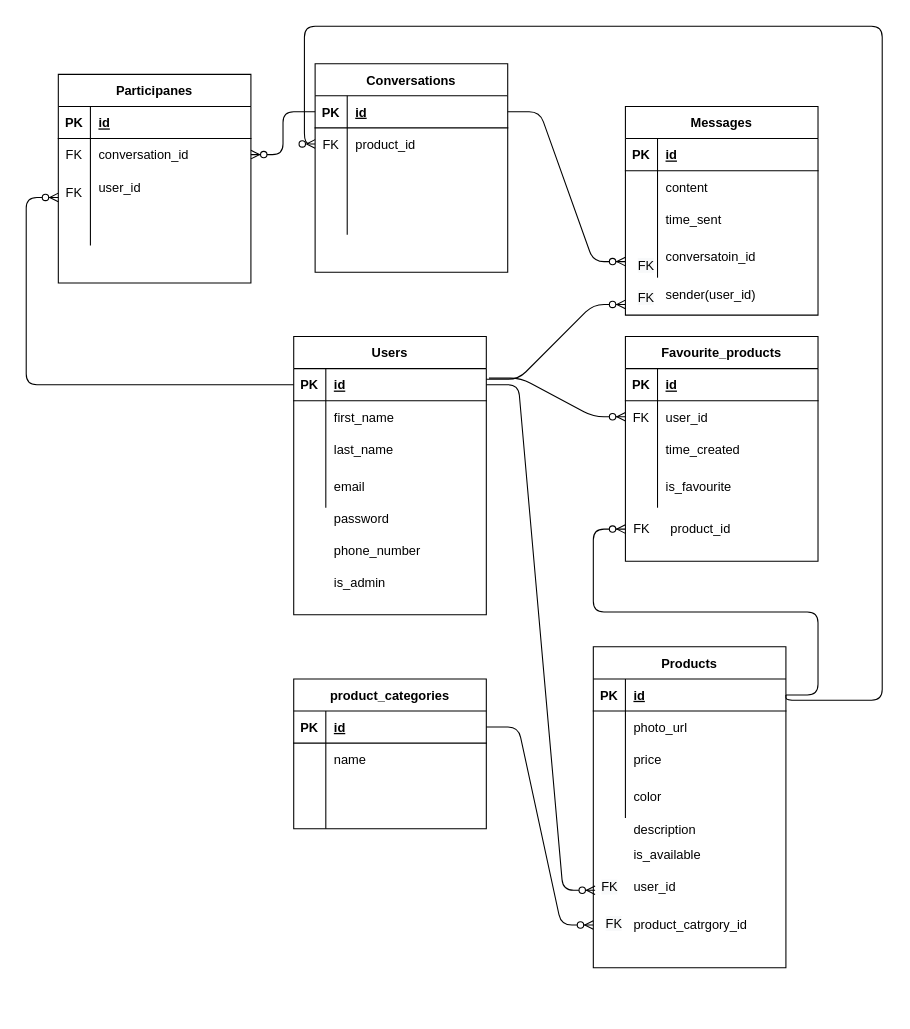
This is db/Untitled Diagram.drawio from alisonhussey/Listing-Website, a draw.io file, before an edit. Source tidied: cells renumbered, new cells numbered last; positions are measured from the earlier drawing's top-left corner, leaving out a move shared by most shapes. Both pictures are drawn from the tidied source at 107%, with x=0, y=0 at pixel (26, 26).
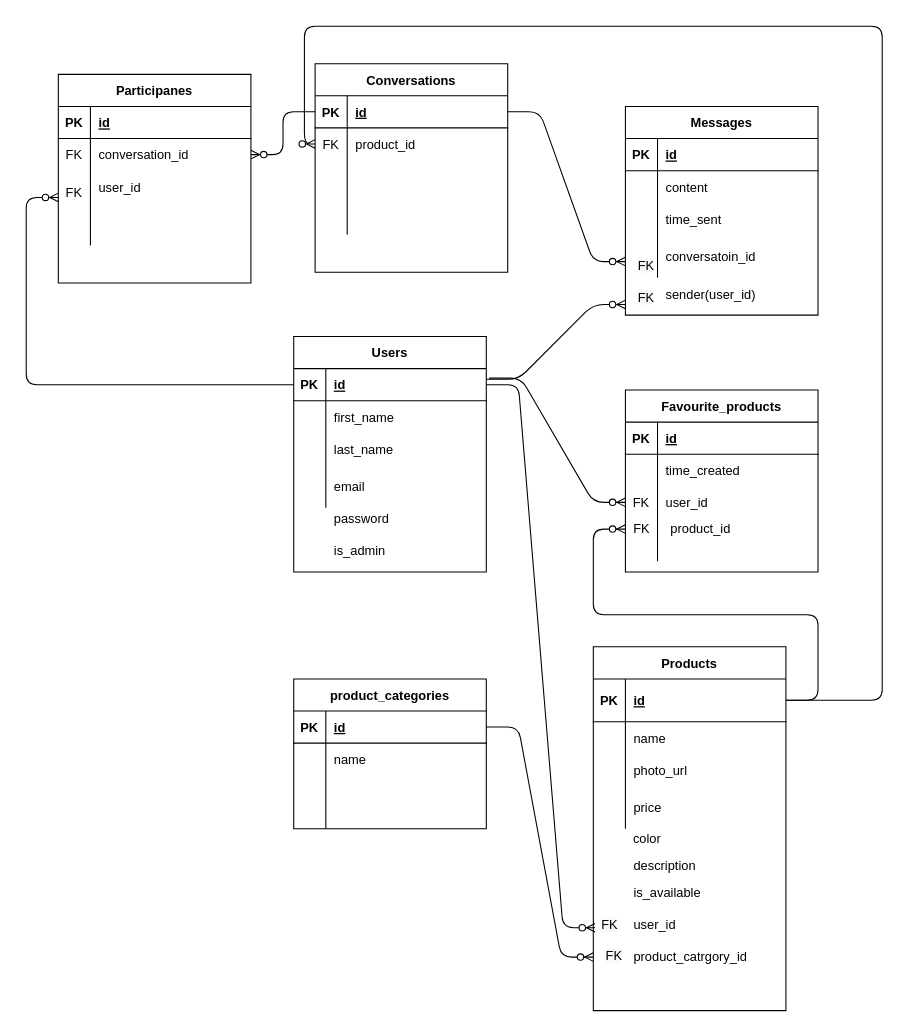
After the change.

Unchanged cells that the change refers to:
```xml
<mxCell id="3" style="shape=partialRectangle;fillColor=none;top=0;left=0;bottom=1;right=0;points=[[0,0.5],[1,0.5]];portConstraint=eastwest;" parent="2" vertex="1">
  <mxGeometry y="30" width="180" height="30" as="geometry" />
</mxCell>
<mxCell id="22" style="shape=partialRectangle;fillColor=none;top=0;left=0;bottom=0;right=0;points=[[0,0.5],[1,0.5]];portConstraint=eastwest;" parent="18" vertex="1">
  <mxGeometry y="60" width="180" height="30" as="geometry" />
</mxCell>
<mxCell id="25" style="shape=partialRectangle;fillColor=none;top=0;left=0;bottom=0;right=0;points=[[0,0.5],[1,0.5]];portConstraint=eastwest;" parent="18" vertex="1">
  <mxGeometry y="90" width="180" height="30" as="geometry" />
</mxCell>
<mxCell id="28" style="shape=partialRectangle;fillColor=none;top=0;left=0;bottom=0;right=0;" parent="18" vertex="1">
  <mxGeometry y="120" width="180" height="40" as="geometry" />
</mxCell>
<mxCell id="58" style="shape=partialRectangle;fillColor=none;top=0;left=0;bottom=1;right=0;points=[[0,0.5],[1,0.5]];portConstraint=eastwest;" parent="57" vertex="1">
  <mxGeometry y="30" width="180" height="30" as="geometry" />
</mxCell>
```

The edit, as a diff of the source:
```diff
@@
     <mxCell id="2" value="Users" style="shape=table;startSize=30;childLayout=tableLayout;rowLines=0;fontStyle=1;align=center;" parent="1" vertex="1">
-      <mxGeometry x="250" y="290" width="180" height="260" as="geometry" />
+      <mxGeometry x="250" y="290" width="180" height="220" as="geometry" />
     </mxCell>
@@
-    <mxCell id="16" value="phone_number" style="shape=partialRectangle;fillColor=none;top=0;left=0;bottom=0;right=0;align=left;spacingLeft=6;overflow=hidden;" parent="1" vertex="1">
-      <mxGeometry x="280" y="470" width="150" height="40" as="geometry" />
-    </mxCell>
     <mxCell id="17" value="is_admin" style="shape=partialRectangle;fillColor=none;top=0;left=0;bottom=0;right=0;align=left;spacingLeft=6;overflow=hidden;" parent="1" vertex="1">
-      <mxGeometry x="280" y="500" width="150" height="40" as="geometry" />
+      <mxGeometry x="280" y="470" width="150" height="40" as="geometry" />
     </mxCell>
     <mxCell id="18" value="Favourite_products" style="shape=table;startSize=30;childLayout=tableLayout;rowLines=0;fontStyle=1;align=center;" parent="1" vertex="1">
-      <mxGeometry x="560" y="290" width="180" height="210" as="geometry" />
+      <mxGeometry x="560" y="340" width="180" height="170" as="geometry" />
     </mxCell>
@@
-    <mxCell id="23" value="FK" style="shape=partialRectangle;fillColor=none;top=0;left=0;bottom=0;right=0;overflow=hidden;" parent="22" vertex="1">
+    <mxCell id="23" style="shape=partialRectangle;fillColor=none;top=0;left=0;bottom=0;right=0;overflow=hidden;" parent="22" vertex="1">
       <mxGeometry width="30" height="30" as="geometry" />
     </mxCell>
-    <mxCell id="24" value="user_id" style="shape=partialRectangle;fillColor=none;top=0;left=0;bottom=0;right=0;align=left;spacingLeft=6;overflow=hidden;" parent="22" vertex="1">
+    <mxCell id="24" value="time_created" style="shape=partialRectangle;fillColor=none;top=0;left=0;bottom=0;right=0;align=left;spacingLeft=6;overflow=hidden;" parent="22" vertex="1">
       <mxGeometry x="30" width="150" height="30" as="geometry" />
     </mxCell>
@@
-    <mxCell id="26" style="shape=partialRectangle;fillColor=none;top=0;left=0;bottom=0;right=0;overflow=hidden;" parent="25" vertex="1">
+    <mxCell id="26" value="FK" style="shape=partialRectangle;fillColor=none;top=0;left=0;bottom=0;right=0;overflow=hidden;" parent="25" vertex="1">
       <mxGeometry width="30" height="30" as="geometry" />
     </mxCell>
-    <mxCell id="27" value="time_created" style="shape=partialRectangle;fillColor=none;top=0;left=0;bottom=0;right=0;align=left;spacingLeft=6;overflow=hidden;" parent="25" vertex="1">
+    <mxCell id="27" value="user_id" style="shape=partialRectangle;fillColor=none;top=0;left=0;bottom=0;right=0;align=left;spacingLeft=6;overflow=hidden;" parent="25" vertex="1">
       <mxGeometry x="30" width="150" height="30" as="geometry" />
     </mxCell>
@@
-    <mxCell id="30" value="is_favourite" style="shape=partialRectangle;fillColor=none;top=0;left=0;bottom=0;right=0;align=left;spacingLeft=6;overflow=hidden;" parent="28" vertex="1">
+    <mxCell id="30" style="shape=partialRectangle;fillColor=none;top=0;left=0;bottom=0;right=0;align=left;spacingLeft=6;overflow=hidden;" parent="28" vertex="1">
       <mxGeometry x="30" width="150" height="40" as="geometry" />
     </mxCell>
     <mxCell id="31" value="Products" style="shape=table;startSize=30;childLayout=tableLayout;rowLines=0;fontStyle=1;align=center;" parent="1" vertex="1">
-      <mxGeometry x="530" y="580" width="180" height="300" as="geometry" />
+      <mxGeometry x="530" y="580" width="180" height="340" as="geometry" />
     </mxCell>
     <mxCell id="32" style="shape=partialRectangle;fillColor=none;top=0;left=0;bottom=1;right=0;points=[[0,0.5],[1,0.5]];portConstraint=eastwest;" parent="31" vertex="1">
-      <mxGeometry y="30" width="180" height="30" as="geometry" />
+      <mxGeometry y="30" width="180" height="40" as="geometry" />
     </mxCell>
     <mxCell id="33" value="PK" style="shape=partialRectangle;fillColor=none;top=0;left=0;bottom=0;right=0;fontStyle=1;overflow=hidden;" parent="32" vertex="1">
-      <mxGeometry width="30" height="30" as="geometry" />
+      <mxGeometry width="30" height="40" as="geometry" />
     </mxCell>
     <mxCell id="34" value="id" style="shape=partialRectangle;fillColor=none;top=0;left=0;bottom=0;right=0;align=left;spacingLeft=6;fontStyle=5;overflow=hidden;" parent="32" vertex="1">
-      <mxGeometry x="30" width="150" height="30" as="geometry" />
+      <mxGeometry x="30" width="150" height="40" as="geometry" />
     </mxCell>
     <mxCell id="35" style="shape=partialRectangle;fillColor=none;top=0;left=0;bottom=0;right=0;" parent="31" vertex="1">
-      <mxGeometry y="60" width="180" height="30" as="geometry" />
+      <mxGeometry y="70" width="180" height="30" as="geometry" />
     </mxCell>
@@
-    <mxCell id="37" value="photo_url" style="shape=partialRectangle;fillColor=none;top=0;left=0;bottom=0;right=0;align=left;spacingLeft=6;overflow=hidden;" parent="35" vertex="1">
+    <mxCell id="37" value="name" style="shape=partialRectangle;fillColor=none;top=0;left=0;bottom=0;right=0;align=left;spacingLeft=6;overflow=hidden;" parent="35" vertex="1">
       <mxGeometry x="30" width="150" height="30" as="geometry" />
     </mxCell>
     <mxCell id="38" style="shape=partialRectangle;fillColor=none;top=0;left=0;bottom=0;right=0;" parent="31" vertex="1">
-      <mxGeometry y="90" width="180" height="30" as="geometry" />
+      <mxGeometry y="100" width="180" height="30" as="geometry" />
     </mxCell>
@@
-    <mxCell id="40" value="price" style="shape=partialRectangle;fillColor=none;top=0;left=0;bottom=0;right=0;align=left;spacingLeft=6;overflow=hidden;" parent="38" vertex="1">
+    <mxCell id="40" value="photo_url" style="shape=partialRectangle;fillColor=none;top=0;left=0;bottom=0;right=0;align=left;spacingLeft=6;overflow=hidden;" parent="38" vertex="1">
       <mxGeometry x="30" width="150" height="30" as="geometry" />
     </mxCell>
     <mxCell id="41" style="shape=partialRectangle;fillColor=none;top=0;left=0;bottom=0;right=0;" parent="31" vertex="1">
-      <mxGeometry y="120" width="180" height="40" as="geometry" />
+      <mxGeometry y="130" width="180" height="40" as="geometry" />
     </mxCell>
@@
-    <mxCell id="43" value="color" style="shape=partialRectangle;fillColor=none;top=0;left=0;bottom=0;right=0;align=left;spacingLeft=6;overflow=hidden;" parent="41" vertex="1">
+    <mxCell id="43" value="price" style="shape=partialRectangle;fillColor=none;top=0;left=0;bottom=0;right=0;align=left;spacingLeft=6;overflow=hidden;" parent="41" vertex="1">
       <mxGeometry x="30" width="150" height="40" as="geometry" />
     </mxCell>
@@
-    <mxCell id="70" style="edgeStyle=entityRelationEdgeStyle;fontSize=12;html=1;endArrow=ERzeroToMany;endFill=1;entryX=0;entryY=0.5;entryDx=0;entryDy=0;exitX=1.014;exitY=0.297;exitDx=0;exitDy=0;exitPerimeter=0;" parent="1" edge="1" source="3" target="22">
+    <mxCell id="70" style="edgeStyle=entityRelationEdgeStyle;fontSize=12;html=1;endArrow=ERzeroToMany;endFill=1;entryX=0;entryY=0.5;entryDx=0;entryDy=0;exitX=1.014;exitY=0.297;exitDx=0;exitDy=0;exitPerimeter=0;" parent="1" edge="1" source="3" target="25">
       <mxGeometry relative="1" as="geometry" />
     </mxCell>
@@
     <mxCell id="74" value="is_available" style="shape=partialRectangle;html=1;whiteSpace=wrap;fillColor=none;top=0;left=0;bottom=0;right=0;align=left;spacingLeft=6;overflow=hidden;" parent="1" vertex="1">
-      <mxGeometry x="560" y="760" width="140" height="30" as="geometry" />
+      <mxGeometry x="560" y="795" width="140" height="30" as="geometry" />
     </mxCell>
     <mxCell id="75" value="user_id" style="shape=partialRectangle;html=1;whiteSpace=wrap;fillColor=none;top=0;left=0;bottom=0;right=0;align=left;spacingLeft=6;overflow=hidden;" parent="1" vertex="1">
-      <mxGeometry x="560" y="790" width="140" height="30" as="geometry" />
+      <mxGeometry x="560" y="825" width="140" height="30" as="geometry" />
     </mxCell>
     <mxCell id="76" value="product_catrgory_id" style="shape=partialRectangle;html=1;whiteSpace=wrap;fillColor=none;top=0;left=0;bottom=0;right=0;align=left;spacingLeft=6;overflow=hidden;" parent="1" vertex="1">
-      <mxGeometry x="560" y="825" width="140" height="30" as="geometry" />
+      <mxGeometry x="560" y="855" width="140" height="30" as="geometry" />
     </mxCell>
     <mxCell id="77" value="&lt;span style=&quot;color: rgb(0, 0, 0); font-family: helvetica; font-size: 12px; font-style: normal; font-weight: 400; letter-spacing: normal; text-align: center; text-indent: 0px; text-transform: none; word-spacing: 0px; background-color: rgb(248, 249, 250); display: inline; float: none;&quot;&gt;FK&lt;/span&gt;" style="text;html=1;align=center;verticalAlign=middle;points=[];" parent="1" vertex="1">
-      <mxGeometry x="530" y="795" width="30" height="20" as="geometry" />
+      <mxGeometry x="530" y="830" width="30" height="20" as="geometry" />
     </mxCell>
     <mxCell id="78" value="&lt;span style=&quot;color: rgb(0, 0, 0); font-family: helvetica; font-size: 12px; font-style: normal; font-weight: 400; letter-spacing: normal; text-align: center; text-indent: 0px; text-transform: none; word-spacing: 0px; background-color: rgb(248, 249, 250); display: inline; float: none;&quot;&gt;FK&lt;/span&gt;" style="text;whiteSpace=wrap;html=1;" parent="1" vertex="1">
-      <mxGeometry x="540" y="825" width="40" height="30" as="geometry" />
+      <mxGeometry x="540" y="855" width="40" height="30" as="geometry" />
     </mxCell>
     <mxCell id="79" style="edgeStyle=entityRelationEdgeStyle;fontSize=12;html=1;endArrow=ERzeroToMany;endFill=1;exitX=1;exitY=0.5;exitDx=0;exitDy=0;" parent="1" edge="1" source="58">
       <mxGeometry relative="1" as="geometry">
-        <mxPoint x="530" y="840" as="targetPoint" />
+        <mxPoint x="530" y="870" as="targetPoint" />
       </mxGeometry>
     </mxCell>
@@
     <mxCell id="85" value="description" style="shape=partialRectangle;fillColor=none;top=0;left=0;bottom=0;right=0;align=left;spacingLeft=6;overflow=hidden;" parent="1" vertex="1">
-      <mxGeometry x="560" y="730" width="150" height="40" as="geometry" />
+      <mxGeometry x="560" y="764.5" width="150" height="40" as="geometry" />
     </mxCell>
@@
+    <mxCell id="118" value="color" style="text;html=1;align=center;verticalAlign=middle;" parent="1" vertex="1">
+      <mxGeometry x="560" y="750" width="40" height="20" as="geometry" />
+    </mxCell>
```
